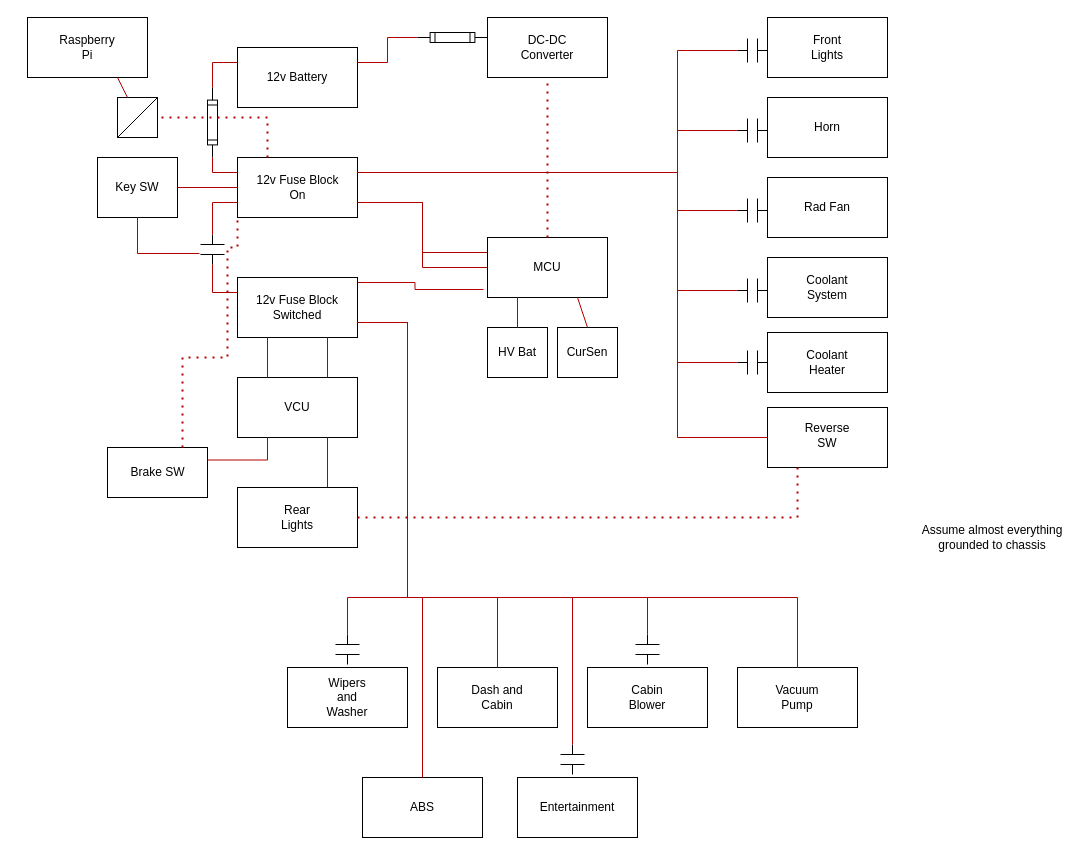
The draw.io diagram ElectricalLowVoltage.drawio in cdvanhorn/ForsanRaneaf, before the edit. Source tidied: cells renumbered, new cells numbered last; positions are measured from the earlier drawing's top-left corner, leaving out a move shared by most shapes. Both pictures are drawn from the tidied source at 100%, with x=0, y=0 at pixel (27, 17).
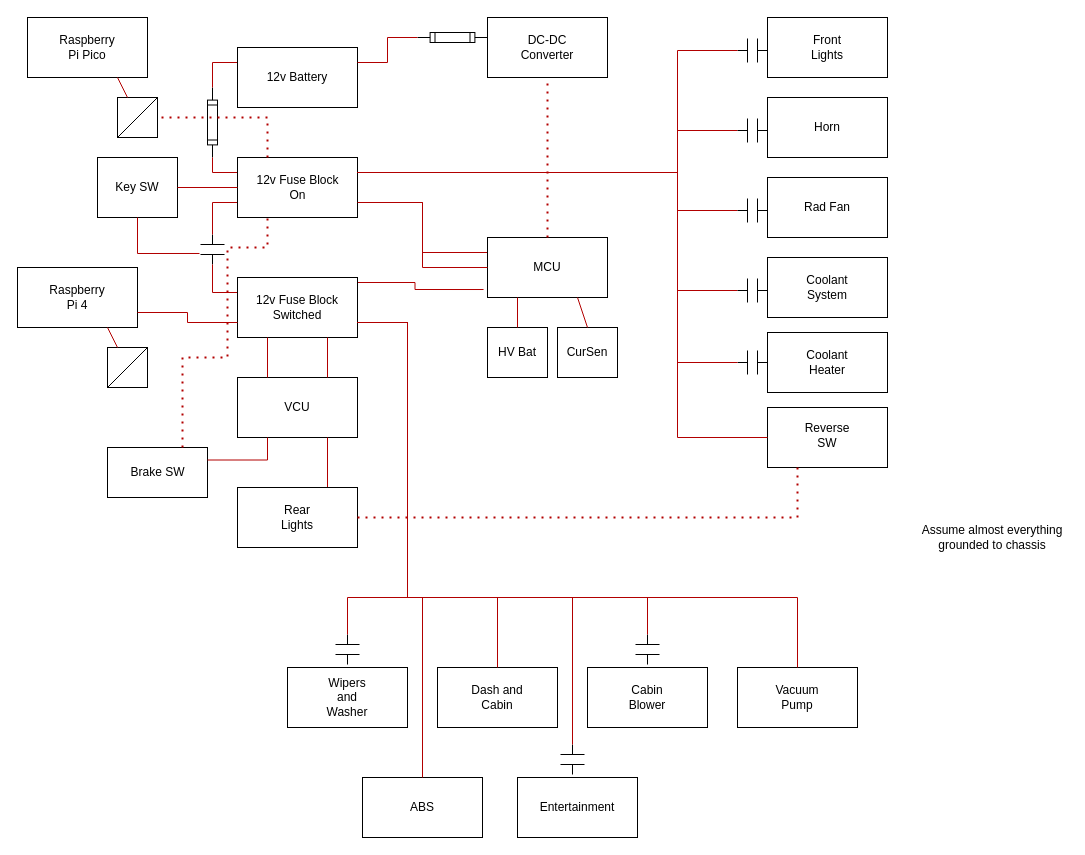
The same diagram, later.

Commit message:
added pico to control cooling system

Unchanged cells that the change refers to:
```xml
<mxCell id="4" style="group;" parent="1" vertex="1">
  <mxGeometry width="120" height="60" as="geometry" />
</mxCell>
<mxCell id="21" style="rounded=0;whiteSpace=wrap;html=1;" parent="20" vertex="1">
  <mxGeometry width="120" height="60" as="geometry" />
</mxCell>
<mxCell id="28" style="rounded=0;whiteSpace=wrap;html=1;" parent="27" vertex="1">
  <mxGeometry width="120" height="60" as="geometry" />
</mxCell>
<mxCell id="43" style="rounded=0;whiteSpace=wrap;html=1;" parent="42" vertex="1">
  <mxGeometry width="100" height="50" as="geometry" />
</mxCell>
```

Change to the diagram source:
```diff
@@
-    <mxCell id="6" value="Raspberry Pi" style="text;html=1;align=center;verticalAlign=middle;whiteSpace=wrap;rounded=0;" parent="4" vertex="1">
+    <mxCell id="6" value="Raspberry Pi Pico" style="text;html=1;align=center;verticalAlign=middle;whiteSpace=wrap;rounded=0;" parent="4" vertex="1">
       <mxGeometry x="30" y="15" width="60" height="30" as="geometry" />
     </mxCell>
@@
-    <mxCell id="52" style="endArrow=none;dashed=1;html=1;dashPattern=1 3;strokeWidth=2;rounded=0;fillColor=#e51400;strokeColor=#B20000;exitX=0.75;exitY=0;exitDx=0;exitDy=0;edgeStyle=orthogonalEdgeStyle;entryX=0;entryY=1;entryDx=0;entryDy=0;" parent="1" edge="1" source="43" target="21">
+    <mxCell id="52" style="endArrow=none;dashed=1;html=1;dashPattern=1 3;strokeWidth=2;rounded=0;fillColor=#e51400;strokeColor=#B20000;exitX=0.75;exitY=0;exitDx=0;exitDy=0;edgeStyle=orthogonalEdgeStyle;entryX=0.25;entryY=1;entryDx=0;entryDy=0;" parent="1" edge="1" source="43" target="21">
       <mxGeometry relative="1" as="geometry">
         <Array as="points">
           <mxPoint x="155" y="340" />
           <mxPoint x="200" y="340" />
           <mxPoint x="200" y="230" />
-          <mxPoint x="210" y="230" />
+          <mxPoint x="240" y="230" />
         </Array>
       </mxGeometry>
     </mxCell>
@@
+    <mxCell id="113" style="group;" parent="1" vertex="1">
+      <mxGeometry x="-10" y="250" width="120" height="60" as="geometry" />
+    </mxCell>
+    <mxCell id="114" style="rounded=0;whiteSpace=wrap;html=1;" parent="113" vertex="1">
+      <mxGeometry width="120" height="60" as="geometry" />
+    </mxCell>
+    <mxCell id="115" value="Raspberry Pi 4" style="text;html=1;align=center;verticalAlign=middle;whiteSpace=wrap;rounded=0;" parent="113" vertex="1">
+      <mxGeometry x="30" y="15" width="60" height="30" as="geometry" />
+    </mxCell>
+    <mxCell id="116" style="edgeStyle=orthogonalEdgeStyle;rounded=0;jettySize=auto;html=1;exitX=0;exitY=1;exitDx=0;exitDy=0;" parent="1" edge="1" source="117">
+      <mxGeometry relative="1" as="geometry">
+        <mxPoint x="90" y="360" as="targetPoint" />
+      </mxGeometry>
+    </mxCell>
+    <mxCell id="117" style="whiteSpace=wrap;html=1;" parent="1" vertex="1">
+      <mxGeometry x="80" y="330" width="40" height="40" as="geometry" />
+    </mxCell>
+    <mxCell id="118" style="endArrow=none;html=1;rounded=0;exitX=0;exitY=1;exitDx=0;exitDy=0;entryX=1;entryY=0;entryDx=0;entryDy=0;" parent="1" edge="1" source="117" target="117">
+      <mxGeometry relative="1" as="geometry" />
+    </mxCell>
+    <mxCell id="119" style="endArrow=none;html=1;rounded=0;fillColor=#e51400;strokeColor=#B20000;entryX=0.75;entryY=1;entryDx=0;entryDy=0;exitX=0.25;exitY=0;exitDx=0;exitDy=0;" parent="1" edge="1" source="117" target="114">
+      <mxGeometry relative="1" as="geometry" />
+    </mxCell>
+    <mxCell id="120" style="endArrow=none;html=1;rounded=0;entryX=0;entryY=0.75;entryDx=0;entryDy=0;exitX=1;exitY=0.75;exitDx=0;exitDy=0;edgeStyle=orthogonalEdgeStyle;fillColor=#e51400;strokeColor=#B20000;" parent="1" edge="1" source="114" target="28">
+      <mxGeometry relative="1" as="geometry" />
+    </mxCell>
```
